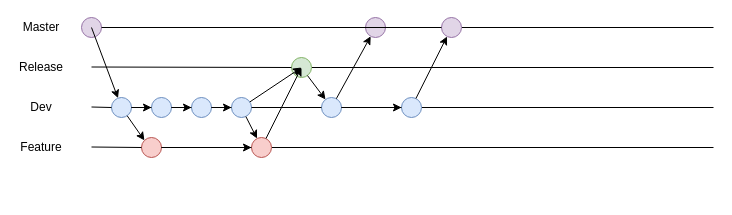
burakoztirpan/Alamofire keeps this draw.io diagram as Untitled Diagram.drawio. Above is the earlier version. Source tidied: cells renumbered, new cells numbered last; positions are measured from the earlier drawing's top-left corner, leaving out a move shared by most shapes. Both pictures are drawn from the tidied source at 100%, with x=0, y=0 at pixel (21, 17).
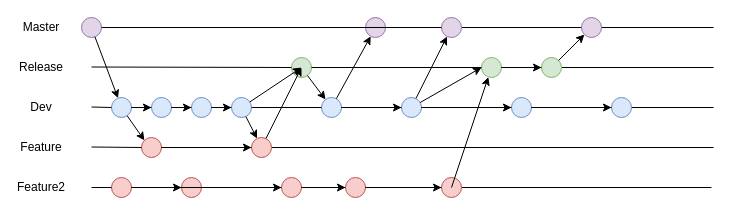
The same page after the edit.

Commit message:
fe git flow

The change refers to these unchanged cells:
```xml
<mxCell id="10" style="ellipse;whiteSpace=wrap;html=1;fillColor=#e1d5e7;strokeColor=#9673a6;" parent="1" vertex="1">
  <mxGeometry x="60" width="20" height="20" as="geometry" />
</mxCell>
<mxCell id="13" style="ellipse;whiteSpace=wrap;html=1;fillColor=#dae8fc;strokeColor=#6c8ebf;" parent="1" vertex="1">
  <mxGeometry x="90" y="80" width="20" height="20" as="geometry" />
</mxCell>
<mxCell id="29" style="ellipse;whiteSpace=wrap;html=1;fillColor=#d5e8d4;strokeColor=#82b366;" parent="1" vertex="1">
  <mxGeometry x="270" y="40" width="20" height="20" as="geometry" />
</mxCell>
<mxCell id="40" style="ellipse;whiteSpace=wrap;html=1;fillColor=#dae8fc;strokeColor=#6c8ebf;" parent="1" vertex="1">
  <mxGeometry x="380" y="80" width="20" height="20" as="geometry" />
</mxCell>
```

The edit, as a diff of the source:
```diff
@@
-    <mxCell id="7" style="endArrow=none;html=1;" parent="1" edge="1" source="29">
+    <mxCell id="7" style="endArrow=none;html=1;" parent="1" edge="1" source="64">
       <mxGeometry relative="1" as="geometry">
         <mxPoint x="692" y="50" as="targetPoint" />
       </mxGeometry>
     </mxCell>
-    <mxCell id="8" style="endArrow=none;html=1;" parent="1" edge="1" source="40">
+    <mxCell id="8" style="endArrow=none;html=1;" parent="1" edge="1" source="72">
       <mxGeometry relative="1" as="geometry">
         <mxPoint x="692" y="90" as="targetPoint" />
       </mxGeometry>
     </mxCell>
@@
-    <mxCell id="12" style="endArrow=classic;html=1;" parent="1" edge="1" target="13">
-      <mxGeometry relative="1" as="geometry">
-        <mxPoint x="70" y="10" as="sourcePoint" />
-      </mxGeometry>
+    <mxCell id="12" style="endArrow=classic;html=1;" parent="1" edge="1" source="10" target="13">
+      <mxGeometry relative="1" as="geometry" />
     </mxCell>
@@
+    <mxCell id="46" value="Feature2" style="text;html=1;strokeColor=none;fillColor=none;align=center;verticalAlign=middle;whiteSpace=wrap;rounded=0;" parent="1" vertex="1">
+      <mxGeometry y="160" width="40" height="20" as="geometry" />
+    </mxCell>
+    <mxCell id="47" style="endArrow=none;html=1;" parent="1" edge="1" source="60">
+      <mxGeometry relative="1" as="geometry">
+        <mxPoint x="690" y="170" as="targetPoint" />
+      </mxGeometry>
+    </mxCell>
+    <mxCell id="48" style="ellipse;whiteSpace=wrap;html=1;fillColor=#f8cecc;strokeColor=#b85450;" parent="1" vertex="1">
+      <mxGeometry x="90" y="160" width="20" height="20" as="geometry" />
+    </mxCell>
+    <mxCell id="49" style="endArrow=none;html=1;" parent="1" edge="1" target="48">
+      <mxGeometry relative="1" as="geometry">
+        <mxPoint x="70" y="170" as="sourcePoint" />
+      </mxGeometry>
+    </mxCell>
+    <mxCell id="50" style="ellipse;whiteSpace=wrap;html=1;fillColor=#f8cecc;strokeColor=#b85450;" parent="1" vertex="1">
+      <mxGeometry x="160" y="160" width="20" height="20" as="geometry" />
+    </mxCell>
+    <mxCell id="51" style="ellipse;whiteSpace=wrap;html=1;fillColor=#f8cecc;strokeColor=#b85450;" parent="1" vertex="1">
+      <mxGeometry x="260" y="160" width="20" height="20" as="geometry" />
+    </mxCell>
+    <mxCell id="52" style="endArrow=none;html=1;" parent="1" edge="1" source="48" target="51">
+      <mxGeometry relative="1" as="geometry" />
+    </mxCell>
+    <mxCell id="53" style="ellipse;whiteSpace=wrap;html=1;fillColor=#f8cecc;strokeColor=#b85450;" parent="1" vertex="1">
+      <mxGeometry x="324" y="160" width="20" height="20" as="geometry" />
+    </mxCell>
+    <mxCell id="54" style="endArrow=none;html=1;" parent="1" edge="1" source="51" target="53">
+      <mxGeometry relative="1" as="geometry" />
+    </mxCell>
+    <mxCell id="55" style="endArrow=classic;html=1;" parent="1" edge="1" source="48">
+      <mxGeometry relative="1" as="geometry">
+        <mxPoint x="160" y="170" as="targetPoint" />
+      </mxGeometry>
+    </mxCell>
+    <mxCell id="56" style="endArrow=classic;html=1;" parent="1" edge="1" target="51">
+      <mxGeometry relative="1" as="geometry">
+        <mxPoint x="170" y="170" as="sourcePoint" />
+      </mxGeometry>
+    </mxCell>
+    <mxCell id="57" style="endArrow=classic;html=1;entryX=0;entryY=0.5;entryDx=0;entryDy=0;" parent="1" edge="1" source="51" target="53">
+      <mxGeometry relative="1" as="geometry" />
+    </mxCell>
+    <mxCell id="58" style="ellipse;whiteSpace=wrap;html=1;fillColor=#d5e8d4;strokeColor=#82b366;" parent="1" vertex="1">
+      <mxGeometry x="460" y="40" width="20" height="20" as="geometry" />
+    </mxCell>
+    <mxCell id="59" style="endArrow=none;html=1;" parent="1" edge="1" source="29" target="58">
+      <mxGeometry relative="1" as="geometry" />
+    </mxCell>
+    <mxCell id="60" style="ellipse;whiteSpace=wrap;html=1;fillColor=#f8cecc;strokeColor=#b85450;" parent="1" vertex="1">
+      <mxGeometry x="420" y="160" width="20" height="20" as="geometry" />
+    </mxCell>
+    <mxCell id="61" style="endArrow=none;html=1;" parent="1" edge="1" source="53" target="60">
+      <mxGeometry relative="1" as="geometry" />
+    </mxCell>
+    <mxCell id="62" style="endArrow=classic;html=1;exitX=1;exitY=0.5;exitDx=0;exitDy=0;" parent="1" edge="1" source="53" target="60">
+      <mxGeometry relative="1" as="geometry" />
+    </mxCell>
+    <mxCell id="63" style="endArrow=classic;html=1;entryX=0;entryY=0.5;entryDx=0;entryDy=0;" parent="1" edge="1" source="40" target="58">
+      <mxGeometry relative="1" as="geometry" />
+    </mxCell>
+    <mxCell id="64" style="ellipse;whiteSpace=wrap;html=1;fillColor=#d5e8d4;strokeColor=#82b366;" parent="1" vertex="1">
+      <mxGeometry x="520" y="40" width="20" height="20" as="geometry" />
+    </mxCell>
+    <mxCell id="65" style="endArrow=none;html=1;" parent="1" edge="1" source="58" target="64">
+      <mxGeometry relative="1" as="geometry" />
+    </mxCell>
+    <mxCell id="66" style="endArrow=classic;html=1;" parent="1" edge="1" source="58" target="64">
+      <mxGeometry relative="1" as="geometry" />
+    </mxCell>
+    <mxCell id="67" style="endArrow=classic;html=1;exitX=0.5;exitY=0.5;exitDx=0;exitDy=0;exitPerimeter=0;" parent="1" edge="1" source="60" target="58">
+      <mxGeometry relative="1" as="geometry" />
+    </mxCell>
+    <mxCell id="68" style="ellipse;whiteSpace=wrap;html=1;fillColor=#e1d5e7;strokeColor=#9673a6;" parent="1" vertex="1">
+      <mxGeometry x="560" width="20" height="20" as="geometry" />
+    </mxCell>
+    <mxCell id="69" style="endArrow=classic;html=1;" parent="1" edge="1" source="64" target="68">
+      <mxGeometry relative="1" as="geometry" />
+    </mxCell>
+    <mxCell id="70" style="ellipse;whiteSpace=wrap;html=1;fillColor=#dae8fc;strokeColor=#6c8ebf;" parent="1" vertex="1">
+      <mxGeometry x="490" y="80" width="20" height="20" as="geometry" />
+    </mxCell>
+    <mxCell id="71" style="endArrow=none;html=1;" parent="1" edge="1" source="40" target="70">
+      <mxGeometry relative="1" as="geometry" />
+    </mxCell>
+    <mxCell id="72" style="ellipse;whiteSpace=wrap;html=1;fillColor=#dae8fc;strokeColor=#6c8ebf;" parent="1" vertex="1">
+      <mxGeometry x="590" y="80" width="20" height="20" as="geometry" />
+    </mxCell>
+    <mxCell id="73" style="endArrow=none;html=1;" parent="1" edge="1" source="70" target="72">
+      <mxGeometry relative="1" as="geometry" />
+    </mxCell>
+    <mxCell id="74" style="endArrow=classic;html=1;" parent="1" edge="1" source="40" target="70">
+      <mxGeometry relative="1" as="geometry" />
+    </mxCell>
+    <mxCell id="75" style="endArrow=classic;html=1;" parent="1" edge="1" source="70" target="72">
+      <mxGeometry relative="1" as="geometry" />
+    </mxCell>
```
